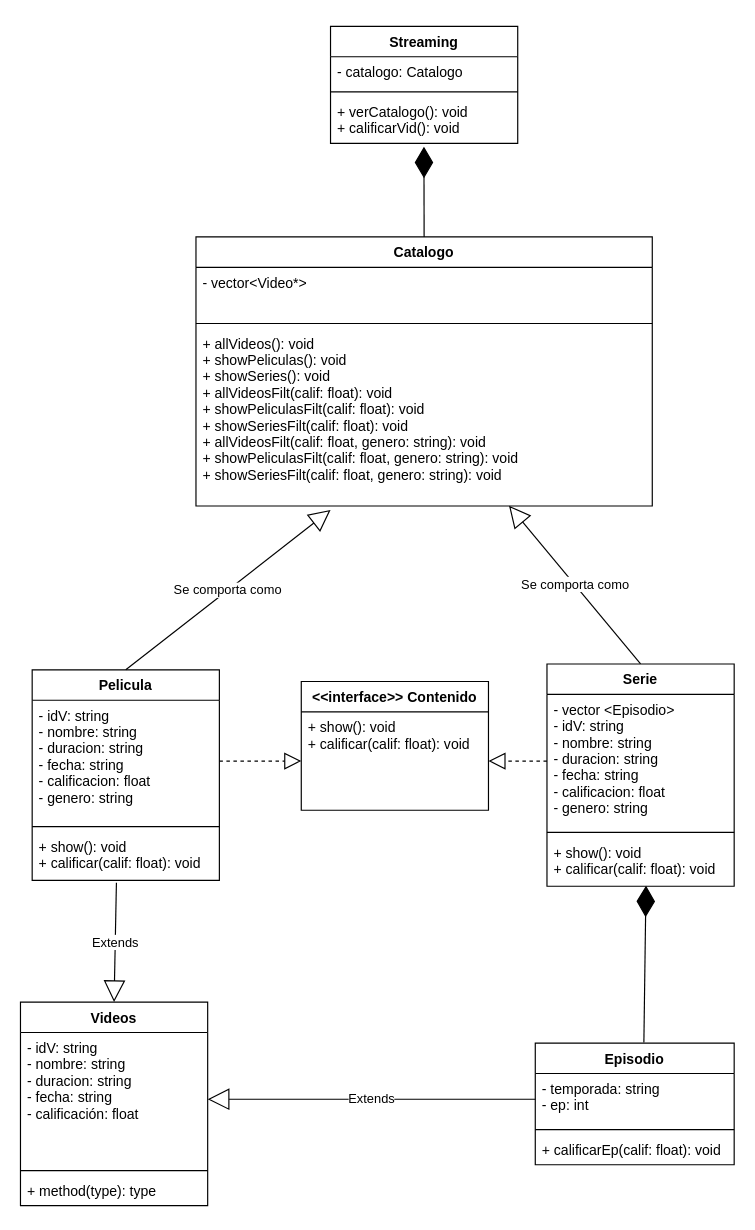
Before: streaming 2.drawio in A01750658/proyecto_cpp, a draw.io diagram. Source tidied: cells renumbered, new cells numbered last; positions are measured from the earlier drawing's top-left corner, leaving out a move shared by most shapes. Both pictures are drawn from the tidied source at 117%, with x=0, y=0 at pixel (20, 26).
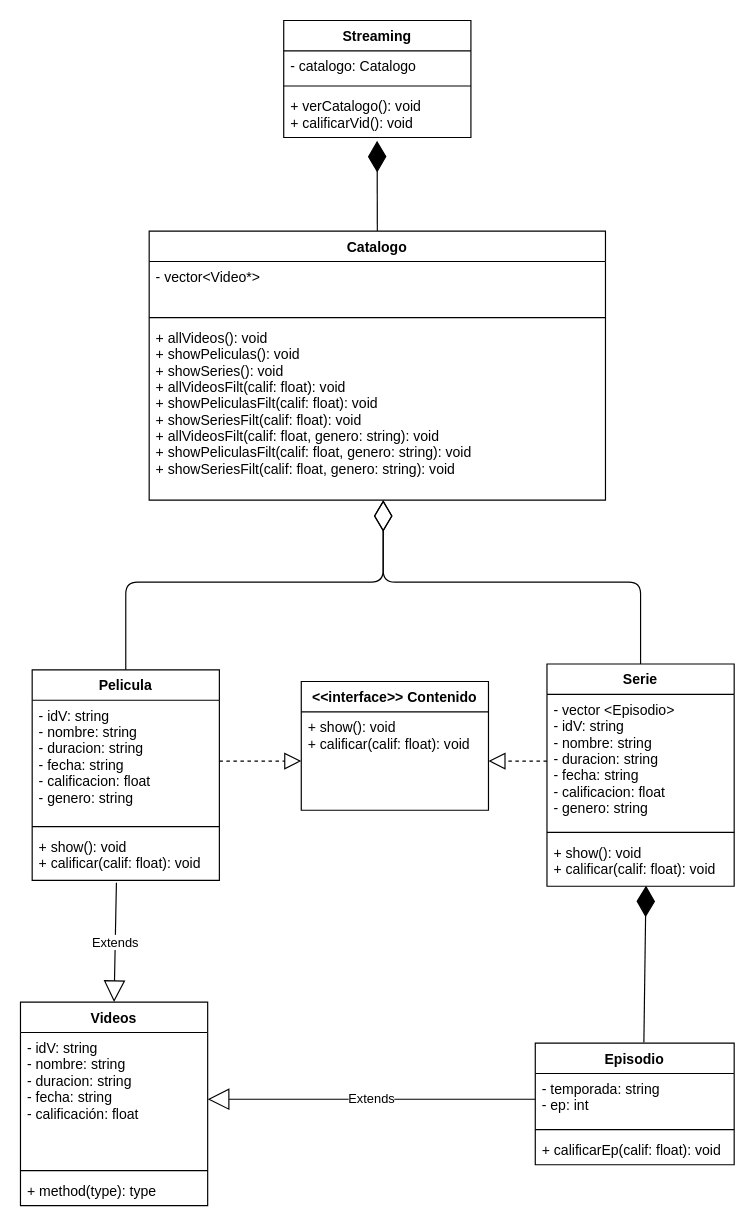
Above is the later version.

Unchanged cells that the change refers to:
```xml
<mxCell id="6" value="+ allVideos(): void&#10;+ showPeliculas(): void&#10;+ showSeries(): void&#10;+ allVideosFilt(calif: float): void&#10;+ showPeliculasFilt(calif: float): void&#10;+ showSeriesFilt(calif: float): void&#10;+ allVideosFilt(calif: float, genero: string): void&#10;+ showPeliculasFilt(calif: float, genero: string): void&#10;+ showSeriesFilt(calif: float, genero: string): void" style="text;strokeColor=none;fillColor=none;align=left;verticalAlign=top;spacingLeft=4;spacingRight=4;overflow=hidden;points=[[0,0.5],[1,0.5]];portConstraint=eastwest;" parent="3" vertex="1">
  <mxGeometry y="78" width="390" height="152" as="geometry" />
</mxCell>
<mxCell id="15" value="Pelicula" style="swimlane;fontStyle=1;align=center;verticalAlign=top;horizontal=1;startSize=26;" parent="1" vertex="1">
  <mxGeometry x="10" y="550" width="160" height="180" as="geometry" />
</mxCell>
<mxCell id="20" value="Serie" style="swimlane;fontStyle=1;align=center;verticalAlign=top;horizontal=1;startSize=26;" parent="1" vertex="1">
  <mxGeometry x="450" y="545" width="160" height="190" as="geometry" />
</mxCell>
```

Change to the diagram source:
```diff
@@
     <mxCell id="3" value="Catalogo" style="swimlane;fontStyle=1;align=center;verticalAlign=top;horizontal=1;startSize=26;" parent="1" vertex="1">
-      <mxGeometry x="150" y="180" width="390" height="230" as="geometry" />
+      <mxGeometry x="110" y="175" width="390" height="230" as="geometry" />
     </mxCell>
@@
-    <mxCell id="9" value="Se comporta como" style="endArrow=block;endSize=16;endFill=0;html=1;exitX=0.5;exitY=0;exitDx=0;exitDy=0;entryX=0.686;entryY=0.998;entryDx=0;entryDy=0;entryPerimeter=0;" parent="1" edge="1" source="20" target="6">
-      <mxGeometry relative="1" as="geometry" />
-    </mxCell>
@@
     <mxCell id="11" value="Streaming" style="swimlane;fontStyle=1;align=center;verticalAlign=top;horizontal=1;startSize=26;" parent="1" vertex="1">
-      <mxGeometry x="265" width="160" height="100" as="geometry" />
+      <mxGeometry x="225" y="-5" width="160" height="100" as="geometry" />
     </mxCell>
@@
-    <mxCell id="19" value="Se comporta como" style="endArrow=block;endSize=16;endFill=0;html=1;exitX=0.5;exitY=0;exitDx=0;exitDy=0;entryX=0.295;entryY=1.022;entryDx=0;entryDy=0;entryPerimeter=0;" parent="1" edge="1" source="15" target="6">
-      <mxGeometry relative="1" as="geometry" />
-    </mxCell>
@@
+    <mxCell id="19" style="endArrow=diamondThin;endFill=0;endSize=24;html=1;exitX=0.5;exitY=0;exitDx=0;exitDy=0;entryX=0.513;entryY=1;entryDx=0;entryDy=0;entryPerimeter=0;" parent="1" edge="1" source="15" target="6">
+      <mxGeometry relative="1" as="geometry">
+        <Array as="points">
+          <mxPoint x="90" y="475" />
+          <mxPoint x="310" y="475" />
+        </Array>
+      </mxGeometry>
+    </mxCell>
+    <mxCell id="36" style="endArrow=diamondThin;endFill=0;endSize=24;html=1;" parent="1" edge="1">
+      <mxGeometry relative="1" as="geometry">
+        <mxPoint x="530" y="545" as="sourcePoint" />
+        <mxPoint x="310" y="405" as="targetPoint" />
+        <Array as="points">
+          <mxPoint x="530" y="475" />
+          <mxPoint x="310" y="475" />
+        </Array>
+      </mxGeometry>
+    </mxCell>
```
